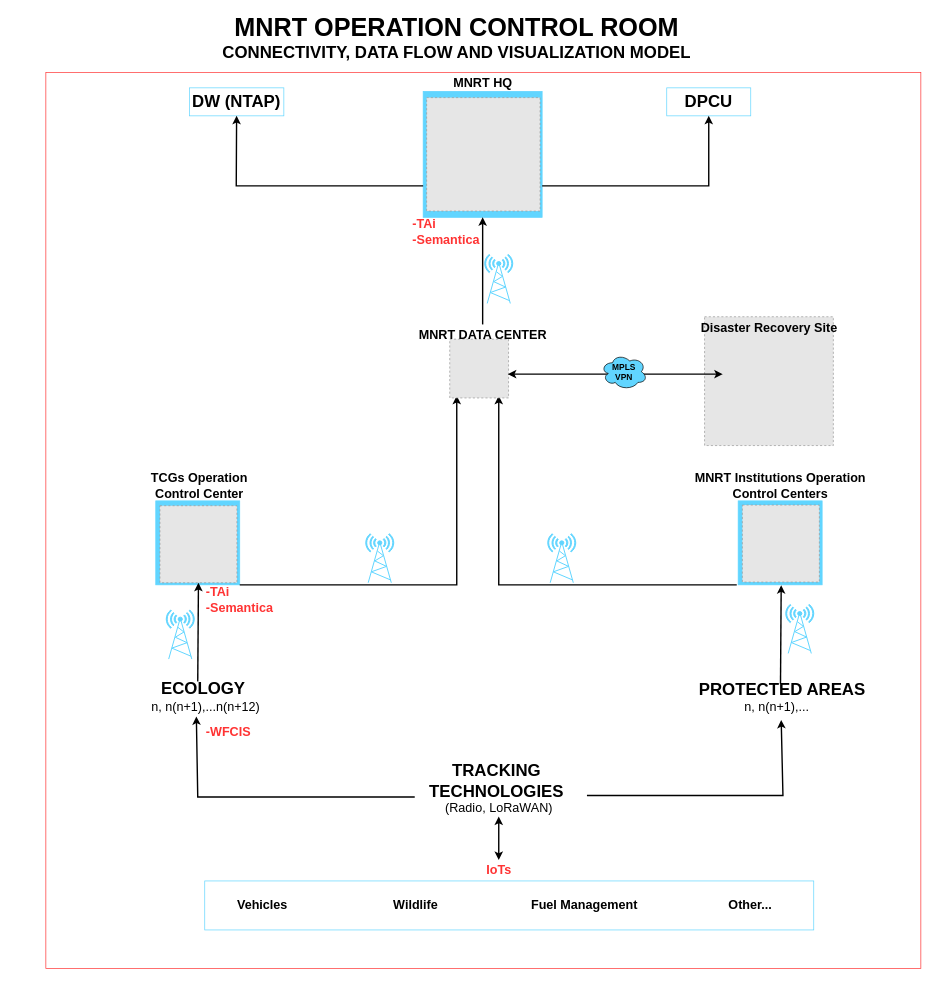
The draw.io diagram control-room.drawio in MbalamulaS/tech-diagrams, before the edit. Source tidied: cells renumbered, new cells numbered last; positions are measured from the earlier drawing's top-left corner, leaving out a move shared by most shapes. Both pictures are drawn from the tidied source at 70%, with x=0, y=0 at pixel (12, 16). Pictures stored in the file or linked from it are replaced by grey dashed boxes.
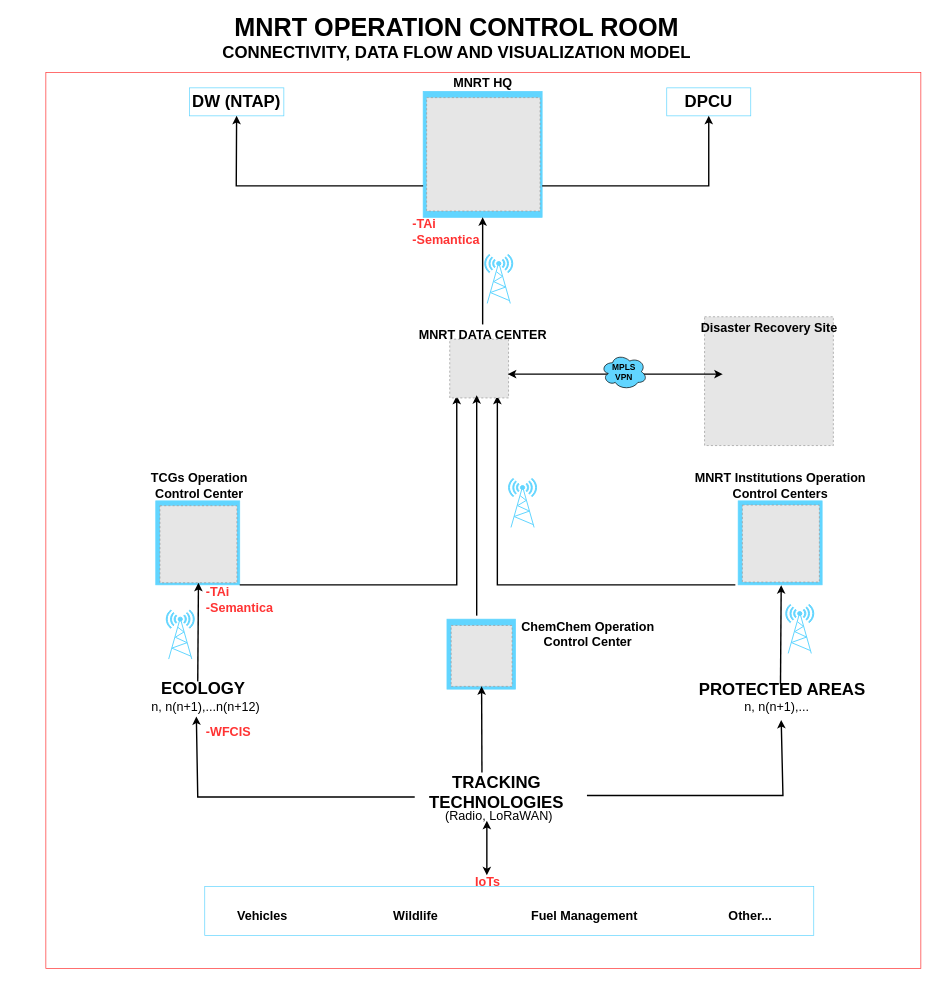
The same page after the edit.

Commit message:
Update control-room oct24

The edit, as a diff of the source:
```diff
@@
     <mxCell id="3" style="rounded=0;whiteSpace=wrap;html=1;strokeColor=#61D5FF;" parent="1" vertex="1">
-      <mxGeometry x="275" y="1235" width="870" height="70" as="geometry" />
+      <mxGeometry x="275" y="1243" width="870" height="70" as="geometry" />
     </mxCell>
@@
     <mxCell id="15" style="endArrow=classic;html=1;rounded=0;shadow=0;strokeColor=default;strokeWidth=2;align=center;verticalAlign=middle;fontFamily=Helvetica;fontSize=11;fontColor=default;labelBackgroundColor=default;fillColor=#515151;" parent="1" edge="1">
       <mxGeometry relative="1" as="geometry">
-        <mxPoint x="1035" y="812" as="sourcePoint" />
-        <mxPoint x="695" y="542" as="targetPoint" />
+        <mxPoint x="1033" y="812" as="sourcePoint" />
+        <mxPoint x="693" y="542" as="targetPoint" />
         <Array as="points">
-          <mxPoint x="695" y="812" />
+          <mxPoint x="693" y="812" />
         </Array>
       </mxGeometry>
     </mxCell>
@@
     <mxCell id="17" style="fontColor=#0066CC;verticalAlign=top;verticalLabelPosition=bottom;labelPosition=center;align=center;html=1;fillColor=#61D5FF;strokeColor=#61D5FF;gradientColor=none;gradientDirection=north;strokeWidth=2;shape=mxgraph.networks.radio_tower;" parent="1" vertex="1">
-      <mxGeometry x="505" y="739" width="40" height="70" as="geometry" />
+      <mxGeometry x="709" y="660" width="40" height="70" as="geometry" />
     </mxCell>
@@
-    <mxCell id="20" style="fontColor=#0066CC;verticalAlign=top;verticalLabelPosition=bottom;labelPosition=center;align=center;html=1;fillColor=#61D5FF;strokeColor=#61D5FF;gradientColor=none;gradientDirection=north;strokeWidth=2;shape=mxgraph.networks.radio_tower;" parent="1" vertex="1">
-      <mxGeometry x="765" y="739" width="40" height="70" as="geometry" />
-    </mxCell>
@@
     <mxCell id="37" value="&lt;h1 align=&quot;center&quot; style=&quot;margin-top: 0px;&quot;&gt;TRACKING TECHNOLOGIES&lt;br&gt;&lt;/h1&gt;" style="text;html=1;whiteSpace=wrap;overflow=hidden;rounded=0; align=center;align=right;" parent="1" vertex="1">
-      <mxGeometry x="568.5" y="1057" width="247.5" height="83" as="geometry" />
+      <mxGeometry x="568.5" y="1073" width="247.5" height="83" as="geometry" />
     </mxCell>
     <mxCell id="38" value="&lt;font style=&quot;font-size: 18px;&quot;&gt;&lt;b&gt;Vehicles &lt;/b&gt;&lt;/font&gt;" style="text;html=1;align=center;verticalAlign=middle;whiteSpace=wrap;rounded=0;fontFamily=Helvetica;fontSize=12;fontColor=default;" parent="1" vertex="1">
-      <mxGeometry x="254" y="1254" width="207" height="30" as="geometry" />
+      <mxGeometry x="254" y="1270" width="207" height="30" as="geometry" />
     </mxCell>
     <mxCell id="39" value="&lt;font style=&quot;font-size: 18px;&quot;&gt;&lt;b&gt;Wildlife &lt;/b&gt;&lt;/font&gt;" style="text;html=1;align=center;verticalAlign=middle;whiteSpace=wrap;rounded=0;fontFamily=Helvetica;fontSize=12;fontColor=default;" parent="1" vertex="1">
-      <mxGeometry x="473" y="1254" width="207" height="30" as="geometry" />
+      <mxGeometry x="473" y="1270" width="207" height="30" as="geometry" />
     </mxCell>
     <mxCell id="40" value="&lt;font style=&quot;font-size: 18px;&quot;&gt;&lt;b&gt;Fuel Management &lt;/b&gt;&lt;/font&gt;" style="text;html=1;align=center;verticalAlign=middle;whiteSpace=wrap;rounded=0;fontFamily=Helvetica;fontSize=12;fontColor=default;" parent="1" vertex="1">
-      <mxGeometry x="713.5" y="1254" width="207" height="30" as="geometry" />
+      <mxGeometry x="713.5" y="1270" width="207" height="30" as="geometry" />
     </mxCell>
     <mxCell id="41" value="&lt;font style=&quot;font-size: 18px;&quot;&gt;&lt;b&gt;Other...&lt;/b&gt;&lt;/font&gt;" style="text;html=1;align=center;verticalAlign=middle;whiteSpace=wrap;rounded=0;fontFamily=Helvetica;fontSize=12;fontColor=default;" parent="1" vertex="1">
-      <mxGeometry x="950.5" y="1254" width="207" height="30" as="geometry" />
+      <mxGeometry x="950.5" y="1270" width="207" height="30" as="geometry" />
     </mxCell>
@@
     <mxCell id="44" value="&lt;font style=&quot;font-size: 18px;&quot;&gt;(Radio, LoRaWAN) &lt;/font&gt;" style="text;html=1;align=center;verticalAlign=middle;whiteSpace=wrap;rounded=0;fontFamily=Helvetica;fontSize=12;fontColor=default;" parent="1" vertex="1">
-      <mxGeometry x="591.5" y="1116" width="207" height="30" as="geometry" />
+      <mxGeometry x="591.5" y="1128" width="207" height="30" as="geometry" />
     </mxCell>
     <mxCell id="45" value="&lt;font color=&quot;#ff3333&quot; style=&quot;font-size: 18px;&quot;&gt;&lt;b&gt;IoTs&lt;/b&gt;&lt;/font&gt;&lt;font style=&quot;font-size: 18px;&quot;&gt;&lt;b&gt; &lt;/b&gt;&lt;/font&gt;" style="text;html=1;align=center;verticalAlign=middle;whiteSpace=wrap;rounded=0;fontFamily=Helvetica;fontSize=12;fontColor=default;" parent="1" vertex="1">
-      <mxGeometry x="591.5" y="1205" width="207" height="30" as="geometry" />
+      <mxGeometry x="575.5" y="1221" width="207" height="30" as="geometry" />
     </mxCell>
-    <mxCell id="46" style="endArrow=classic;startArrow=classic;html=1;rounded=0;exitX=0.5;exitY=0;exitDx=0;exitDy=0;entryX=0.5;entryY=1;entryDx=0;entryDy=0;strokeWidth=2;" parent="1" edge="1" source="45">
+    <mxCell id="46" style="endArrow=classic;startArrow=classic;html=1;rounded=0;exitX=0.5;exitY=0;exitDx=0;exitDy=0;entryX=0.5;entryY=1;entryDx=0;entryDy=0;strokeWidth=2;" parent="1" edge="1">
       <mxGeometry relative="1" as="geometry">
-        <mxPoint x="695" y="1143" as="targetPoint" />
+        <mxPoint x="678" y="1227" as="sourcePoint" />
+        <mxPoint x="678" y="1149" as="targetPoint" />
       </mxGeometry>
     </mxCell>
@@
+    <mxCell id="52" style="rounded=0;whiteSpace=wrap;html=1;strokeColor=#61D5FF;fillColor=#61D5FF;" parent="1" vertex="1">
+      <mxGeometry x="621" y="861" width="98" height="100" as="geometry" />
+    </mxCell>
+    <mxCell id="53" style="fillColor=#E6E6E6;strokeColor=#999999;dashed=1;verticalLabelPosition=bottom;verticalAlign=top;" parent="1" vertex="1">
+      <mxGeometry x="627" y="870" width="87" height="87" as="geometry" />
+    </mxCell>
+    <mxCell id="54" value="&amp;nbsp;" style="text;whiteSpace=wrap;html=1;" parent="1" vertex="1">
+      <mxGeometry x="1045" y="1260" width="40" height="40" as="geometry" />
+    </mxCell>
+    <mxCell id="55" style="endArrow=classic;html=1;rounded=0;shadow=0;strokeColor=default;strokeWidth=2;align=center;verticalAlign=middle;fontFamily=Helvetica;fontSize=11;fontColor=default;labelBackgroundColor=default;fillColor=#515151;entryX=0.5;entryY=1;entryDx=0;entryDy=0;" parent="1" edge="1" target="53">
+      <mxGeometry relative="1" as="geometry">
+        <mxPoint x="671" y="1080" as="sourcePoint" />
+      </mxGeometry>
+    </mxCell>
+    <mxCell id="56" style="endArrow=classic;html=1;rounded=0;shadow=0;strokeColor=default;strokeWidth=2;align=center;verticalAlign=middle;fontFamily=Helvetica;fontSize=11;fontColor=default;labelBackgroundColor=default;fillColor=#515151;entryX=0.429;entryY=0.988;entryDx=0;entryDy=0;entryPerimeter=0;exitX=0.347;exitY=-0.02;exitDx=0;exitDy=0;exitPerimeter=0;" parent="1" edge="1">
+      <mxGeometry relative="1" as="geometry">
+        <mxPoint x="663.5" y="856" as="sourcePoint" />
+        <mxPoint x="663.5" y="541" as="targetPoint" />
+      </mxGeometry>
+    </mxCell>
+    <mxCell id="57" value="&lt;font style=&quot;font-size: 18px;&quot;&gt;&lt;b&gt;ChemChem Operation Control Center&lt;br&gt;&lt;/b&gt;&lt;/font&gt;" style="text;html=1;align=center;verticalAlign=middle;whiteSpace=wrap;rounded=0;fontFamily=Helvetica;fontSize=12;fontColor=default;" parent="1" vertex="1">
+      <mxGeometry x="719" y="868" width="207" height="30" as="geometry" />
+    </mxCell>
```
